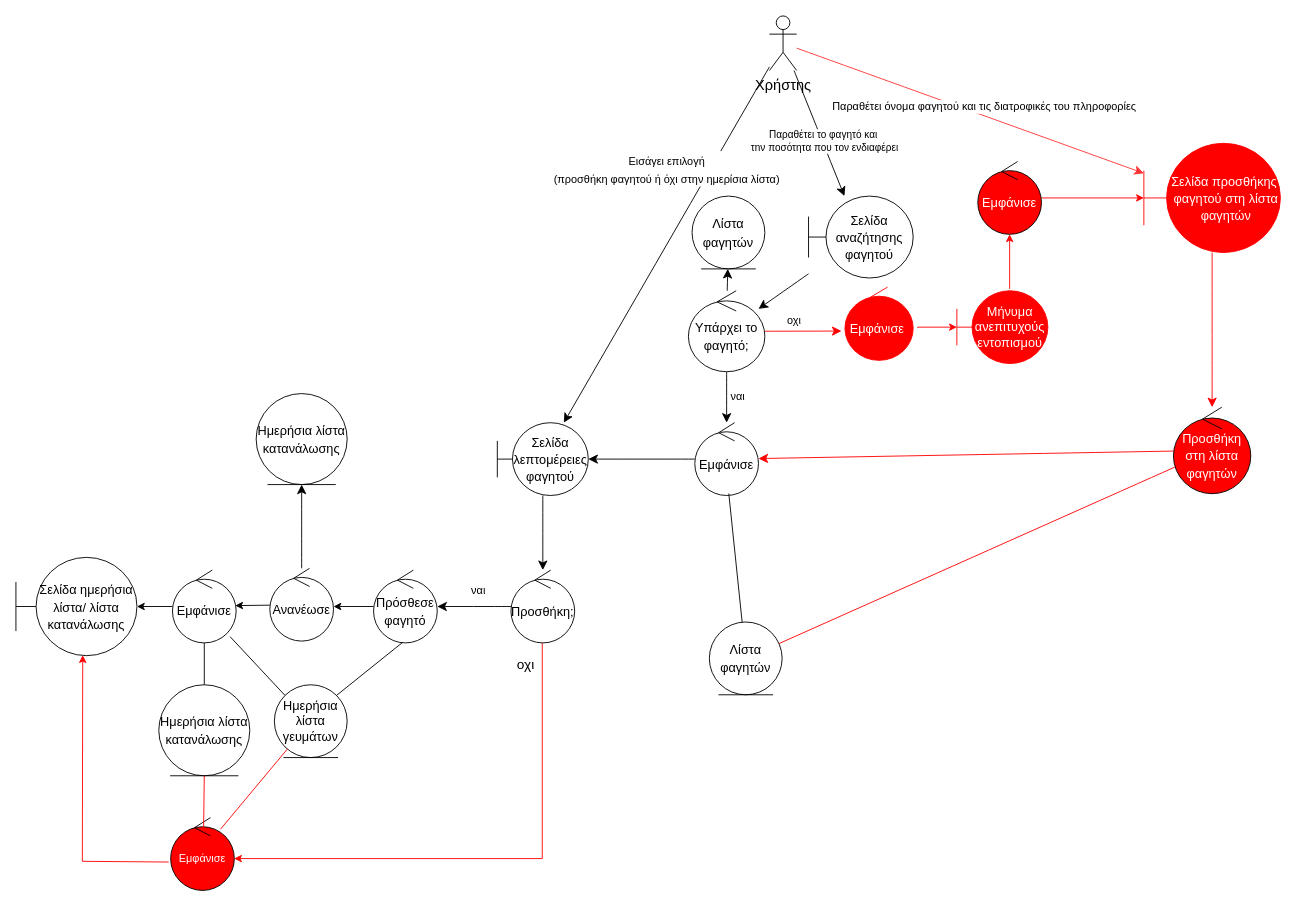
Earlier version of the draw.io diagram ΤΕΤΑΡΤΟ ΠΑΡΑΔΟΤΕΟ/Διορθώσεις προηγούμενων παραδοτέων/Καινούργια robustness/rd_αναζητηση_προσθηκη_φαγητου_v0.2.drawio (Dionkaps/Eu-Zin). Source tidied: cells renumbered, new cells numbered last; positions are measured from the earlier drawing's top-left corner, leaving out a move shared by most shapes. Both pictures are drawn from the tidied source at 91%, with x=0, y=0 at pixel (15, 15).
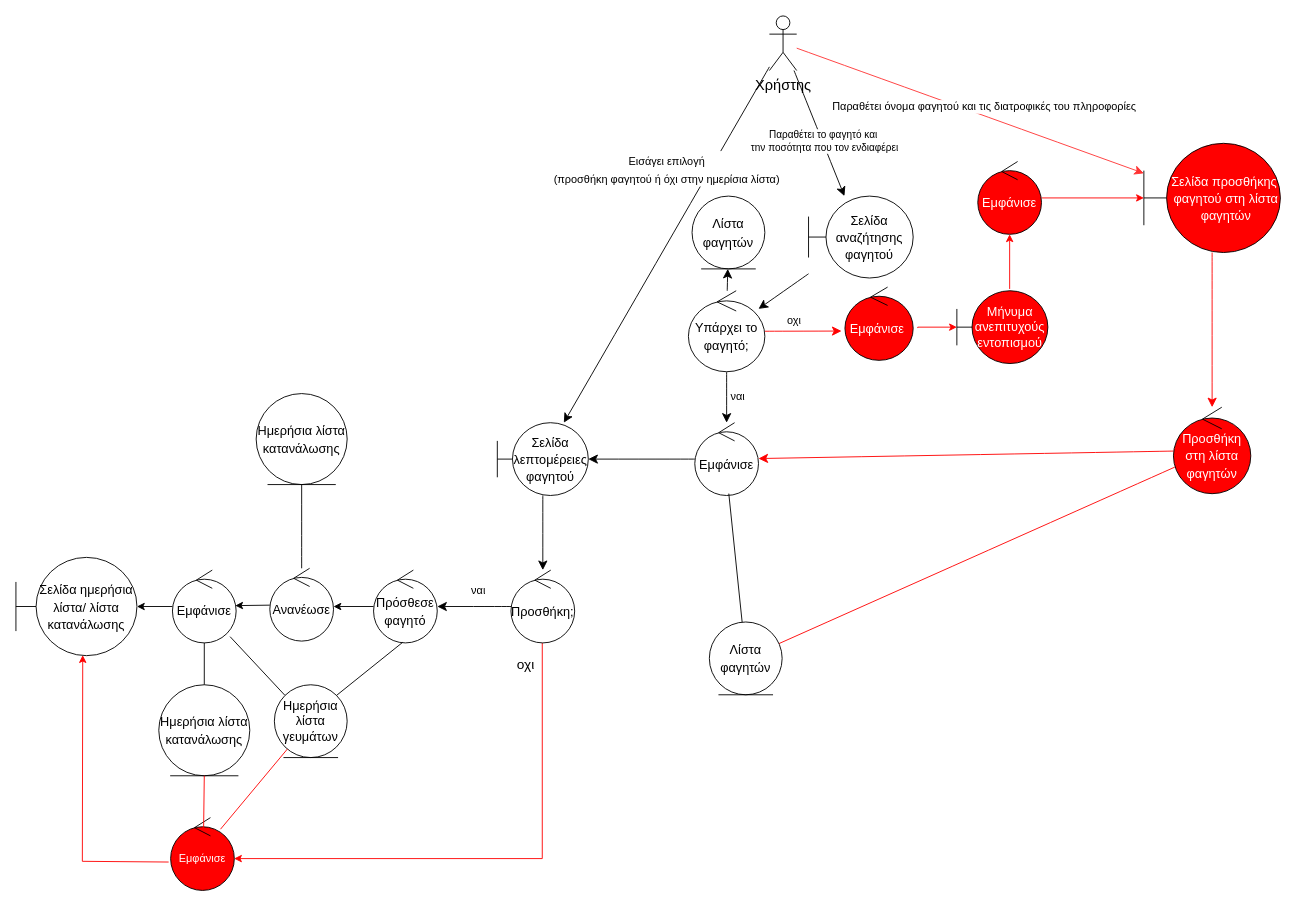
The same page after the edit.

Unchanged cells that the change refers to:
```xml
<mxCell id="41" value="&lt;font style=&quot;font-size: 14px;&quot;&gt;Ημερήσια λίστα κατανάλωσης&lt;/font&gt;" style="ellipse;shape=umlEntity;whiteSpace=wrap;html=1;fontSize=16;strokeColor=#000000;fontColor=#000000;" parent="1" vertex="1">
  <mxGeometry x="264" y="415" width="100" height="100" as="geometry" />
</mxCell>
<mxCell id="44" value="&lt;font style=&quot;font-size: 14px;&quot;&gt;Ανανέωσε&lt;br&gt;&lt;/font&gt;" style="ellipse;shape=umlControl;whiteSpace=wrap;html=1;fontSize=16;strokeColor=#000000;fontColor=#000000;" parent="1" vertex="1">
  <mxGeometry x="279" y="607" width="70" height="80" as="geometry" />
</mxCell>
```

The edit, as a diff of the source:
```diff
@@
-    <mxCell id="28" value="&lt;font style=&quot;font-size: 14px;&quot;&gt;Εμφάνισε&amp;nbsp;&lt;/font&gt;" style="ellipse;shape=umlControl;whiteSpace=wrap;html=1;fontSize=16;fontColor=#FFFFFF;fillColor=#FF0000;strokeColor=#FF0000;" parent="1" vertex="1">
+    <mxCell id="28" value="&lt;font style=&quot;font-size: 14px;&quot;&gt;Εμφάνισε&amp;nbsp;&lt;/font&gt;" style="ellipse;shape=umlControl;whiteSpace=wrap;html=1;fontSize=16;fontColor=#FFFFFF;fillColor=#FF0000;strokeColor=#000000;" parent="1" vertex="1">
       <mxGeometry x="911" y="298" width="75" height="80.5" as="geometry" />
     </mxCell>
@@
-    <mxCell id="30" value="&lt;font style=&quot;font-size: 14px;&quot;&gt;Σελίδα προσθήκης&amp;nbsp; φαγητού στη λίστα φαγητών&lt;/font&gt;" style="shape=umlBoundary;fontSize=16;html=1;whiteSpace=wrap;horizontal=1;labelBackgroundColor=none;labelBorderColor=none;spacingTop=0;spacing=0;spacingRight=0;spacingLeft=5;fontColor=#FFFFFF;fillColor=#FF0000;strokeColor=#FF0000;" parent="1" vertex="1">
+    <mxCell id="30" value="&lt;font style=&quot;font-size: 14px;&quot;&gt;Σελίδα προσθήκης&amp;nbsp; φαγητού στη λίστα φαγητών&lt;/font&gt;" style="shape=umlBoundary;fontSize=16;html=1;whiteSpace=wrap;horizontal=1;labelBackgroundColor=none;labelBorderColor=none;spacingTop=0;spacing=0;spacingRight=0;spacingLeft=5;fontColor=#FFFFFF;fillColor=#FF0000;strokeColor=#000000;" parent="1" vertex="1">
       <mxGeometry x="1239.5" y="140" width="150" height="120" as="geometry" />
     </mxCell>
@@
-    <mxCell id="38" value="&lt;font style=&quot;font-size: 14px;&quot;&gt;Mήνυμα ανεπιτυχούς εντοπισμού&lt;/font&gt;" style="shape=umlBoundary;whiteSpace=wrap;html=1;fontColor=#FFFFFF;fillColor=#FF0000;strokeColor=#FF0000;" parent="1" vertex="1">
+    <mxCell id="38" value="&lt;font style=&quot;font-size: 14px;&quot;&gt;Mήνυμα ανεπιτυχούς εντοπισμού&lt;/font&gt;" style="shape=umlBoundary;whiteSpace=wrap;html=1;fontColor=#FFFFFF;fillColor=#FF0000;strokeColor=#000000;" parent="1" vertex="1">
       <mxGeometry x="1034" y="302" width="100" height="80" as="geometry" />
     </mxCell>
@@
-    <mxCell id="42" style="edgeStyle=none;curved=1;rounded=0;jettySize=auto;html=1;fontSize=12;startSize=8;endSize=8;strokeColor=#000000;fontColor=#000000;" parent="1" edge="1" source="44" target="41">
+    <mxCell id="42" style="edgeStyle=none;curved=1;rounded=0;jettySize=auto;html=1;fontSize=12;startSize=8;endSize=8;strokeColor=#000000;fontColor=#000000;endArrow=none;endFill=0;" parent="1" edge="1" source="44" target="41">
       <mxGeometry relative="1" as="geometry" />
     </mxCell>
```
